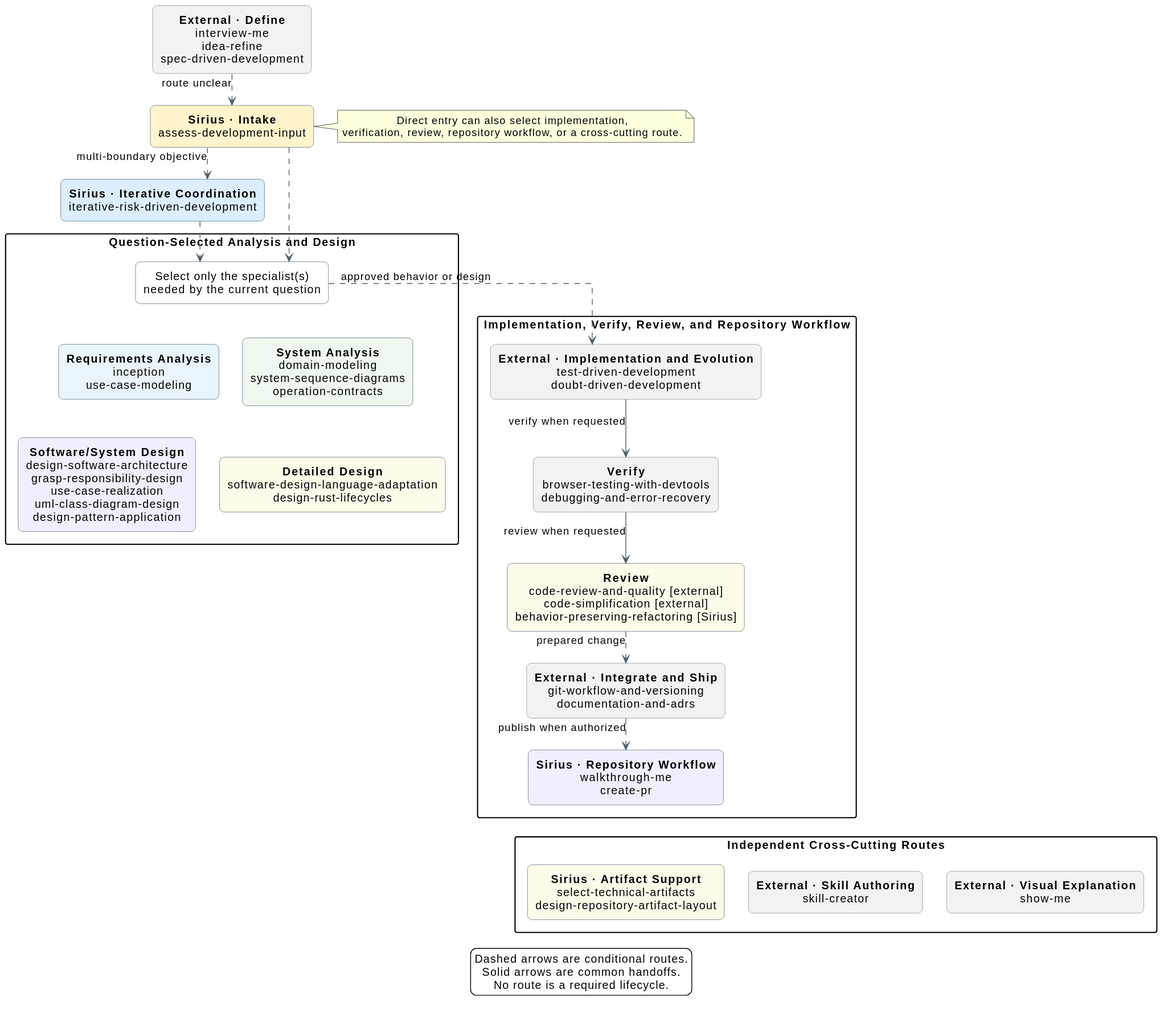
Before: catalog/skill-relationships.svg, a diagram exported from PlantUML (sirius-cc-wu/sirius-skills).
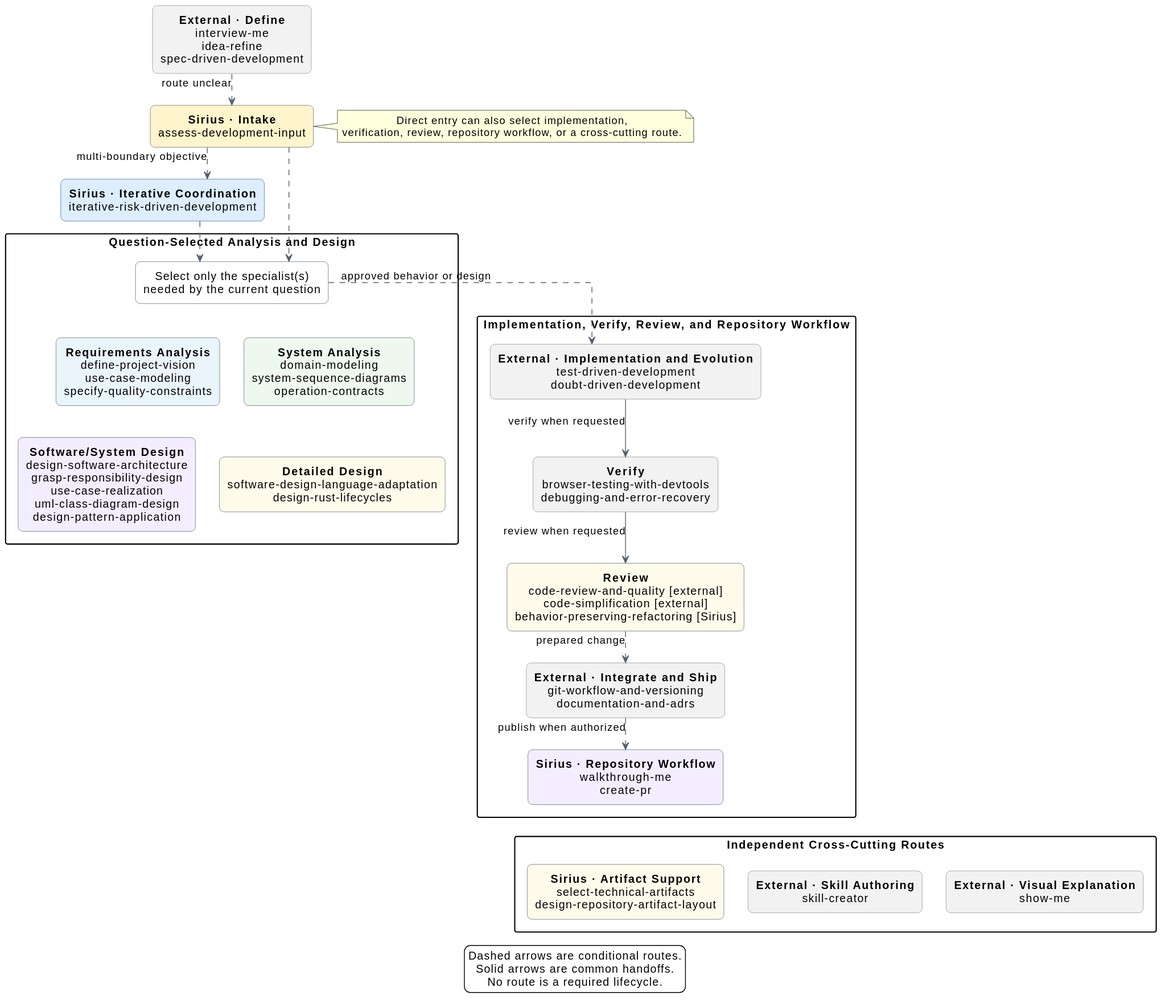
After the change.

Diff of the diagram source:
```diff
@@ -52,8 +52,9 @@
   ]
   rectangle requirements #EAF4FB [
   **Requirements Analysis**
-  inception
+  define-project-vision
   use-case-modeling
+  specify-quality-constraints
   ]
   rectangle systemAnalysis #EEF8EE [
   **System Analysis**
```
